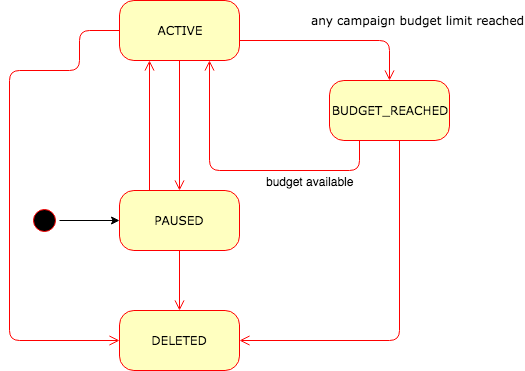
ecg-icas/icas keeps this draw.io diagram as src/source/_static/CampaignStates.png. Above is the earlier version. Source tidied: cells renumbered, new cells last; positions are measured from the earlier drawing's top-left corner, leaving out a move shared by most shapes.
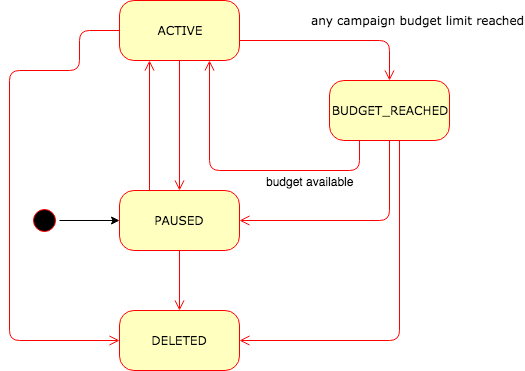
After the change.

Commit message:
update budget state machine

What changed in the source:
```diff
@@ -59,14 +59,21 @@
         </Array>
       </mxGeometry>
     </mxCell>
-    <mxCell id="15" style="edgeStyle=orthogonalEdgeStyle;html=1;labelBackgroundColor=none;endArrow=open;endSize=8;strokeColor=#ff0000;fontFamily=Verdana;fontSize=12;align=left;entryX=1;entryY=0.5;entryDx=0;entryDy=0;" parent="1" edge="1" target="12">
-      <mxGeometry relative="1" as="geometry">
-        <mxPoint x="390" y="140" as="sourcePoint" />
-        <Array as="points">
-          <mxPoint x="390" y="140" />
-          <mxPoint x="390" y="340" />
-        </Array>
-      </mxGeometry>
-    </mxCell>
+    <mxCell id="16" style="edgeStyle=orthogonalEdgeStyle;html=1;labelBackgroundColor=none;endArrow=open;endSize=8;strokeColor=#ff0000;fontFamily=Verdana;fontSize=12;align=left;entryX=1;entryY=0.5;entryDx=0;entryDy=0;" parent="1" edge="1" target="12">
+      <mxGeometry relative="1" as="geometry">
+        <mxPoint x="390" y="140" as="sourcePoint" />
+        <Array as="points">
+          <mxPoint x="390" y="140" />
+          <mxPoint x="390" y="340" />
+        </Array>
+      </mxGeometry>
+    </mxCell>
+    <mxCell id="17" style="edgeStyle=orthogonalEdgeStyle;html=1;labelBackgroundColor=none;endArrow=open;endSize=8;strokeColor=#ff0000;fontFamily=Verdana;fontSize=12;align=left;exitX=0.5;exitY=1;exitDx=0;exitDy=0;" parent="1" edge="1" source="6" target="4">
+      <mxGeometry relative="1" as="geometry">
+        <Array as="points">
+          <mxPoint x="380" y="220" />
+        </Array>
+      </mxGeometry>
+    </mxCell>
   </root>
 </mxGraphModel>
```
